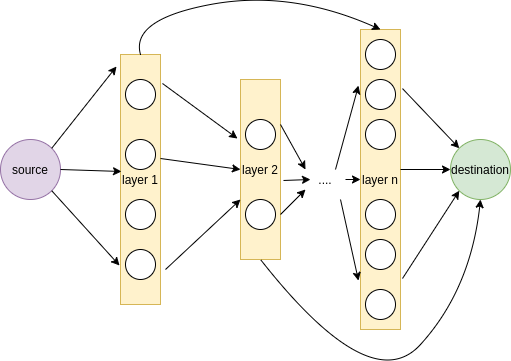
Earlier version of the draw.io export Untitled Diagram.png (diletta-prog/or). Source tidied: cells renumbered, new cells last; positions are measured from the earlier drawing's top-left corner, leaving out a move shared by most shapes.
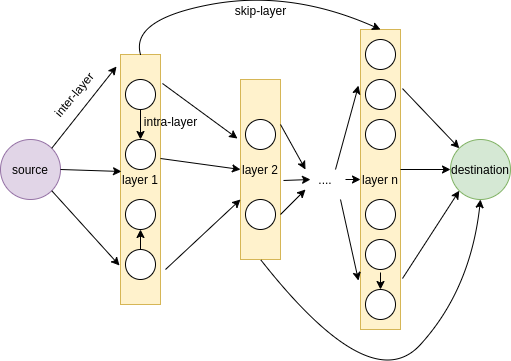
The same diagram one commit later.

Diff of the diagram source:
```diff
@@ -125,5 +125,25 @@
         <mxPoint x="340" y="210" as="sourcePoint" />
       </mxGeometry>
     </mxCell>
+    <mxCell id="37" style="endArrow=classic;html=1;exitX=0.5;exitY=1;exitDx=0;exitDy=0;entryX=0.5;entryY=0;entryDx=0;entryDy=0;" parent="1" edge="1" source="22" target="23">
+      <mxGeometry relative="1" as="geometry" />
+    </mxCell>
+    <mxCell id="38" style="endArrow=classic;html=1;entryX=0.5;entryY=0;entryDx=0;entryDy=0;" parent="1" edge="1" target="33">
+      <mxGeometry relative="1" as="geometry">
+        <mxPoint x="380" y="283" as="sourcePoint" />
+      </mxGeometry>
+    </mxCell>
+    <mxCell id="39" style="endArrow=classic;html=1;exitX=0.5;exitY=0;exitDx=0;exitDy=0;entryX=0.5;entryY=1;entryDx=0;entryDy=0;" parent="1" edge="1" source="25" target="24">
+      <mxGeometry relative="1" as="geometry" />
+    </mxCell>
+    <mxCell id="40" value="skip-layer" style="text;html=1;strokeColor=none;fillColor=none;align=center;verticalAlign=middle;whiteSpace=wrap;rounded=0;" parent="1" vertex="1">
+      <mxGeometry x="218.5" y="11" width="83" height="20" as="geometry" />
+    </mxCell>
+    <mxCell id="41" value="inter-layer&lt;br&gt;" style="text;html=1;strokeColor=none;fillColor=none;align=center;verticalAlign=middle;whiteSpace=wrap;rounded=0;rotation=-50;" parent="1" vertex="1">
+      <mxGeometry x="39" y="95" width="69" height="20" as="geometry" />
+    </mxCell>
+    <mxCell id="42" value="intra-layer" style="text;html=1;strokeColor=none;fillColor=none;align=center;verticalAlign=middle;whiteSpace=wrap;rounded=0;" parent="1" vertex="1">
+      <mxGeometry x="141" y="122" width="59" height="20" as="geometry" />
+    </mxCell>
   </root>
 </mxGraphModel>
```
